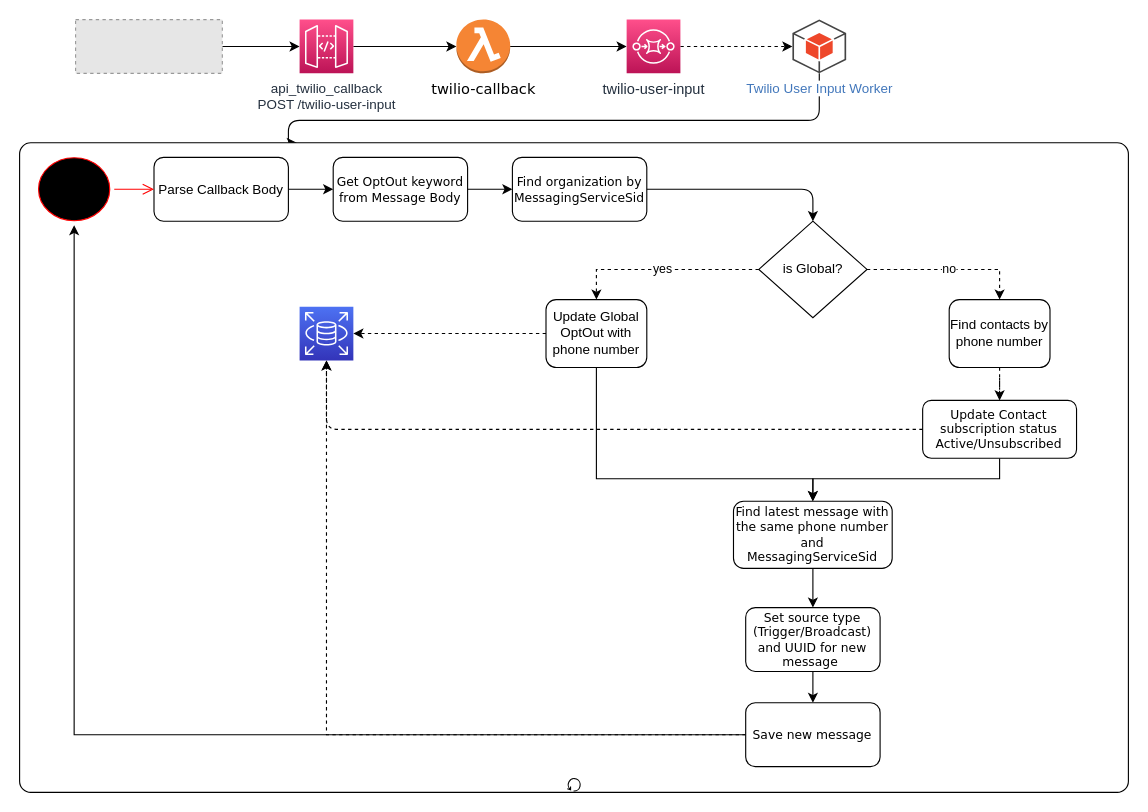
CallLoop/CL2-diagrams keeps this draw.io diagram as page "User Input" (1 of 2) of flows/Twilio User Input Flow.drawio. Above is the earlier version. Source tidied: cells renumbered, new cells numbered last; positions are measured from the earlier drawing's top-left corner, leaving out a move shared by most shapes. Both pictures are drawn from the tidied source at 112%, with x=0, y=0 at pixel (19, 19). Pictures stored in the file or linked from it are replaced by grey dashed boxes.
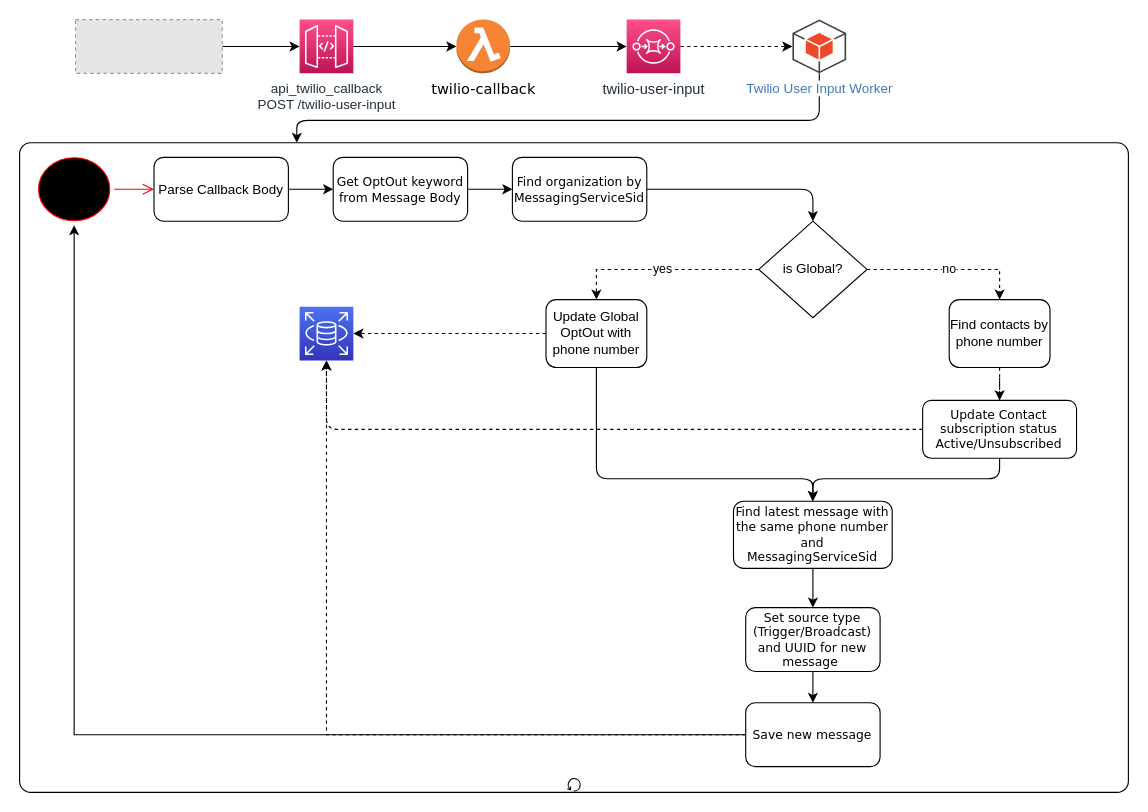
After the change.

Unchanged cells that the change refers to:
```xml
<mxCell id="11" value="&lt;span style=&quot;color: rgb(66, 119, 187); background-color: rgb(255, 255, 255);&quot;&gt;Twilio User Input Worker&lt;/span&gt;" style="outlineConnect=0;dashed=0;verticalLabelPosition=bottom;verticalAlign=top;align=center;html=1;shape=mxgraph.aws3.android;fillColor=#EE472A;gradientColor=none;" parent="1" vertex="1">
  <mxGeometry x="690" width="48" height="48" as="geometry" />
</mxCell>
<mxCell id="12" style="points=[[0.25,0,0],[0.5,0,0],[0.75,0,0],[1,0.25,0],[1,0.5,0],[1,0.75,0],[0.75,1,0],[0.5,1,0],[0.25,1,0],[0,0.75,0],[0,0.5,0],[0,0.25,0]];shape=mxgraph.bpmn.task;whiteSpace=wrap;rectStyle=rounded;size=10;taskMarker=abstract;isLoopStandard=1;" parent="1" vertex="1">
  <mxGeometry y="110" width="990" height="580" as="geometry" />
</mxCell>
<mxCell id="16" value="Update Contact subscription status&lt;br&gt;Active/Unsubscribed" style="rounded=1;whiteSpace=wrap;html=1;labelBackgroundColor=none;labelBorderColor=none;fontFamily=Verdana;fontSize=11;" parent="12" vertex="1">
  <mxGeometry x="806.3" y="230" width="137.4" height="51.7" as="geometry" />
</mxCell>
<mxCell id="23" value="Update Global OptOut with phone number" style="rounded=1;whiteSpace=wrap;html=1;" parent="12" vertex="1">
  <mxGeometry x="470" y="140" width="90" height="60.6" as="geometry" />
</mxCell>
<mxCell id="27" value="Find latest message with the same phone number&lt;br&gt;and MessagingServiceSid" style="rounded=1;whiteSpace=wrap;html=1;labelBackgroundColor=none;labelBorderColor=none;fontFamily=Verdana;fontSize=11;" parent="12" vertex="1">
  <mxGeometry x="637.4" y="320" width="141.7" height="60" as="geometry" />
</mxCell>
```

What changed in the source:
```diff
@@
     <mxCell id="10" style="edgeStyle=orthogonalEdgeStyle;rounded=1;jettySize=auto;html=1;exitX=0.5;exitY=1;exitDx=0;exitDy=0;exitPerimeter=0;labelBackgroundColor=none;fontFamily=Verdana;fontSize=11;fontColor=#000000;startArrow=none;startFill=0;endArrow=classic;endFill=1;entryX=0.25;entryY=0;entryDx=0;entryDy=0;entryPerimeter=0;" parent="1" edge="1" source="11" target="12">
       <mxGeometry relative="1" as="geometry">
         <Array as="points">
           <mxPoint x="714" y="90" />
-          <mxPoint x="240" y="90" />
+          <mxPoint x="248" y="90" />
         </Array>
       </mxGeometry>
     </mxCell>
@@
-    <mxCell id="15" style="edgeStyle=orthogonalEdgeStyle;rounded=0;jettySize=auto;html=1;entryX=0.5;entryY=0;entryDx=0;entryDy=0;exitX=0.5;exitY=1;exitDx=0;exitDy=0;" parent="12" edge="1" source="16" target="27">
+    <mxCell id="15" style="edgeStyle=orthogonalEdgeStyle;rounded=1;jettySize=auto;html=1;entryX=0.5;entryY=0;entryDx=0;entryDy=0;exitX=0.5;exitY=1;exitDx=0;exitDy=0;" parent="12" edge="1" source="16" target="27">
       <mxGeometry relative="1" as="geometry">
         <Array as="points">
           <mxPoint x="875" y="300" />
           <mxPoint x="708" y="300" />
         </Array>
       </mxGeometry>
     </mxCell>
@@
-    <mxCell id="22" style="edgeStyle=orthogonalEdgeStyle;rounded=0;jettySize=auto;html=1;entryX=0.5;entryY=0;entryDx=0;entryDy=0;" parent="12" edge="1" source="23" target="27">
+    <mxCell id="22" style="edgeStyle=orthogonalEdgeStyle;rounded=1;jettySize=auto;html=1;entryX=0.5;entryY=0;entryDx=0;entryDy=0;" parent="12" edge="1" source="23" target="27">
       <mxGeometry relative="1" as="geometry">
         <Array as="points">
           <mxPoint x="515" y="300" />
           <mxPoint x="708" y="300" />
         </Array>
       </mxGeometry>
     </mxCell>
```
